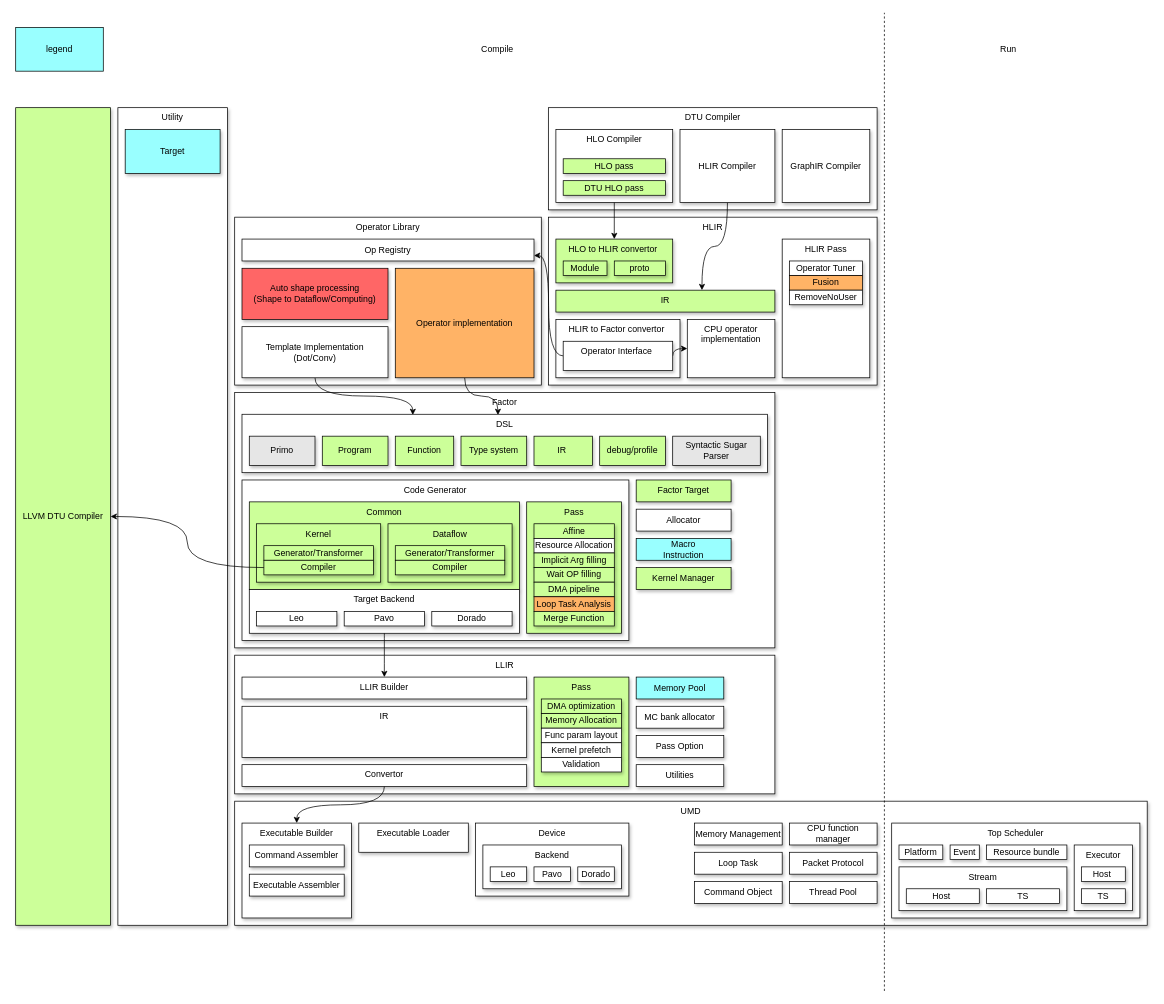
Earlier version of the draw.io diagram 组件及关系图.drawio (dingsg/drawio). Source tidied: cells renumbered, new cells numbered last; positions are measured from the earlier drawing's top-left corner, leaving out a move shared by most shapes. Both pictures are drawn from the tidied source at 73%, with x=0, y=0 at pixel (15, 12).
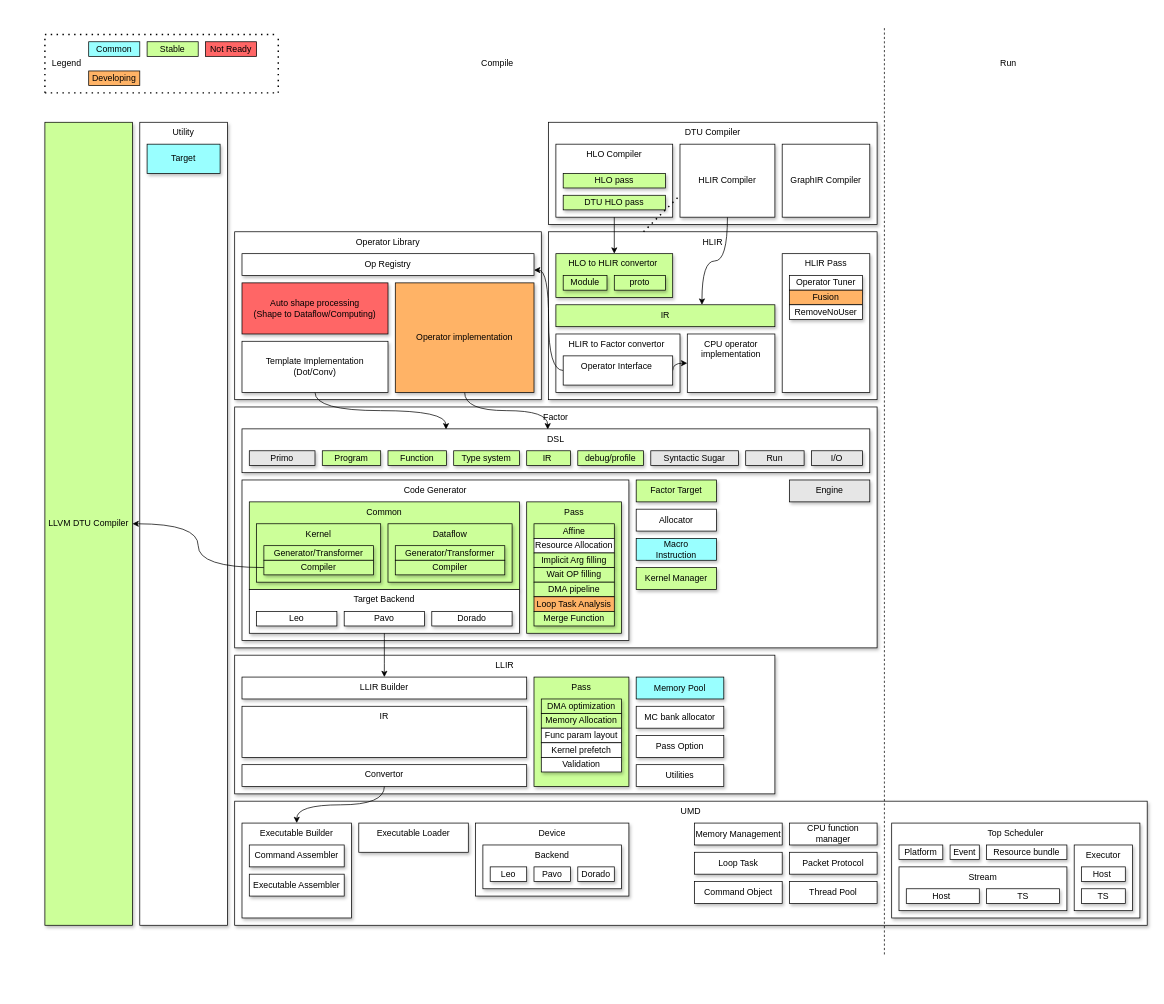
The same page after the edit.

Commit message:
Update 组件及关系图.drawio

Change to the diagram source:
```diff
@@
     <mxCell id="2" value="Operator Library" style="rounded=0;whiteSpace=wrap;html=1;verticalAlign=top;shadow=1;" parent="1" vertex="1">
-      <mxGeometry x="300" y="280" width="420" height="230" as="geometry" />
+      <mxGeometry x="300" y="300" width="420" height="230" as="geometry" />
     </mxCell>
     <mxCell id="3" value="Factor" style="rounded=0;whiteSpace=wrap;html=1;align=center;verticalAlign=top;shadow=1;" parent="1" vertex="1">
-      <mxGeometry x="300" y="520" width="740" height="350" as="geometry" />
+      <mxGeometry x="300" y="540" width="880" height="330" as="geometry" />
     </mxCell>
@@
     <mxCell id="6" value="HLIR" style="rounded=0;whiteSpace=wrap;html=1;align=center;verticalAlign=top;shadow=1;" parent="1" vertex="1">
-      <mxGeometry x="730" y="280" width="450" height="230" as="geometry" />
+      <mxGeometry x="730" y="300" width="450" height="230" as="geometry" />
     </mxCell>
     <mxCell id="7" value="DTU Compiler&lt;br&gt;" style="rounded=0;whiteSpace=wrap;html=1;align=center;verticalAlign=top;shadow=1;" parent="1" vertex="1">
-      <mxGeometry x="730" y="130" width="450" height="140" as="geometry" />
+      <mxGeometry x="730" y="150" width="450" height="140" as="geometry" />
     </mxCell>
     <mxCell id="8" value="HLO Compiler" style="rounded=0;whiteSpace=wrap;html=1;verticalAlign=top;shadow=1;" parent="1" vertex="1">
-      <mxGeometry x="740" y="160" width="160" height="100" as="geometry" />
+      <mxGeometry x="740" y="180" width="160" height="100" as="geometry" />
     </mxCell>
     <mxCell id="9" value="GraphIR Compiler" style="rounded=0;whiteSpace=wrap;html=1;shadow=1;" parent="1" vertex="1">
-      <mxGeometry x="1050" y="160" width="120" height="100" as="geometry" />
+      <mxGeometry x="1050" y="180" width="120" height="100" as="geometry" />
     </mxCell>
     <mxCell id="10" value="HLO to HLIR convertor&amp;nbsp;" style="rounded=0;whiteSpace=wrap;html=1;verticalAlign=top;shadow=1;fillColor=#CCFF99;" parent="1" vertex="1">
-      <mxGeometry x="740" y="310" width="160" height="60" as="geometry" />
+      <mxGeometry x="740" y="330" width="160" height="60" as="geometry" />
     </mxCell>
     <mxCell id="11" value="HLIR to Factor&amp;nbsp;convertor&amp;nbsp;" style="rounded=0;whiteSpace=wrap;html=1;verticalAlign=top;shadow=1;" parent="1" vertex="1">
-      <mxGeometry x="740" y="420" width="170" height="80" as="geometry" />
+      <mxGeometry x="740" y="440" width="170" height="80" as="geometry" />
     </mxCell>
     <mxCell id="12" value="HLO pass" style="rounded=0;whiteSpace=wrap;html=1;shadow=1;fillColor=#CCFF99;" parent="1" vertex="1">
-      <mxGeometry x="750" y="200" width="140" height="20" as="geometry" />
+      <mxGeometry x="750" y="220" width="140" height="20" as="geometry" />
     </mxCell>
@@
     <mxCell id="14" value="DTU HLO pass" style="rounded=0;whiteSpace=wrap;html=1;shadow=1;fillColor=#CCFF99;" parent="1" vertex="1">
-      <mxGeometry x="750" y="230" width="140" height="20" as="geometry" />
+      <mxGeometry x="750" y="250" width="140" height="20" as="geometry" />
     </mxCell>
     <mxCell id="15" value="Module" style="rounded=0;whiteSpace=wrap;html=1;align=center;shadow=1;fillColor=#CCFF99;" parent="1" vertex="1">
-      <mxGeometry x="750" y="340" width="60" height="20" as="geometry" />
+      <mxGeometry x="750" y="360" width="60" height="20" as="geometry" />
     </mxCell>
     <mxCell id="16" value="proto" style="rounded=0;whiteSpace=wrap;html=1;align=center;shadow=1;fillColor=#CCFF99;" parent="1" vertex="1">
-      <mxGeometry x="820" y="340" width="70" height="20" as="geometry" />
+      <mxGeometry x="820" y="360" width="70" height="20" as="geometry" />
     </mxCell>
     <mxCell id="17" value="HLIR Pass" style="rounded=0;whiteSpace=wrap;html=1;verticalAlign=top;shadow=1;" parent="1" vertex="1">
-      <mxGeometry x="1050" y="310" width="120" height="190" as="geometry" />
+      <mxGeometry x="1050" y="330" width="120" height="190" as="geometry" />
     </mxCell>
@@
     <mxCell id="19" style="edgeStyle=orthogonalEdgeStyle;curved=1;rounded=0;jettySize=auto;html=1;exitX=1;exitY=0.5;exitDx=0;exitDy=0;entryX=0;entryY=0.5;entryDx=0;entryDy=0;" parent="1" edge="1" source="20" target="28">
       <mxGeometry relative="1" as="geometry">
         <Array as="points">
-          <mxPoint x="900" y="460" />
+          <mxPoint x="900" y="480" />
         </Array>
       </mxGeometry>
     </mxCell>
     <mxCell id="20" value="Operator Interface&amp;nbsp;" style="rounded=0;whiteSpace=wrap;html=1;verticalAlign=top;shadow=1;" parent="1" vertex="1">
-      <mxGeometry x="750" y="450" width="150" height="40" as="geometry" />
+      <mxGeometry x="750" y="470" width="150" height="40" as="geometry" />
     </mxCell>
     <mxCell id="21" value="Auto shape processing&lt;br&gt;(Shape to Dataflow/Computing)" style="rounded=0;whiteSpace=wrap;html=1;align=center;shadow=1;fillColor=#FF6666;" parent="1" vertex="1">
-      <mxGeometry x="310" y="350" width="200" height="70" as="geometry" />
+      <mxGeometry x="310" y="370" width="200" height="70" as="geometry" />
     </mxCell>
     <mxCell id="22" value="Op Registry" style="rounded=0;whiteSpace=wrap;html=1;align=center;shadow=1;" parent="1" vertex="1">
-      <mxGeometry x="310" y="310" width="400" height="30" as="geometry" />
+      <mxGeometry x="310" y="330" width="400" height="30" as="geometry" />
     </mxCell>
@@
     <mxCell id="24" value="&lt;span&gt;Template Implementation&lt;br&gt;(Dot/Conv)&lt;br&gt;&lt;/span&gt;" style="rounded=0;whiteSpace=wrap;html=1;align=center;shadow=1;" parent="1" vertex="1">
-      <mxGeometry x="310" y="430" width="200" height="70" as="geometry" />
+      <mxGeometry x="310" y="450" width="200" height="70" as="geometry" />
     </mxCell>
     <mxCell id="25" value="Operator Tuner" style="rounded=0;whiteSpace=wrap;html=1;align=center;shadow=1;" parent="1" vertex="1">
-      <mxGeometry x="1060" y="340" width="100" height="20" as="geometry" />
+      <mxGeometry x="1060" y="360" width="100" height="20" as="geometry" />
     </mxCell>
@@
     <mxCell id="27" value="&lt;span&gt;Operator implementation&lt;br&gt;&lt;/span&gt;" style="rounded=0;whiteSpace=wrap;html=1;align=center;shadow=1;fillColor=#FFB366;" parent="1" vertex="1">
-      <mxGeometry x="520" y="350" width="190" height="150" as="geometry" />
+      <mxGeometry x="520" y="370" width="190" height="150" as="geometry" />
     </mxCell>
     <mxCell id="28" value="CPU operator implementation" style="rounded=0;whiteSpace=wrap;html=1;verticalAlign=top;shadow=1;" parent="1" vertex="1">
-      <mxGeometry x="920" y="420" width="120" height="80" as="geometry" />
+      <mxGeometry x="920" y="440" width="120" height="80" as="geometry" />
     </mxCell>
     <mxCell id="29" value="DSL" style="rounded=0;whiteSpace=wrap;html=1;align=center;verticalAlign=top;shadow=1;" parent="1" vertex="1">
-      <mxGeometry x="310" y="550" width="720" height="80" as="geometry" />
+      <mxGeometry x="310" y="570" width="860" height="60" as="geometry" />
     </mxCell>
     <mxCell id="30" value="Primo" style="rounded=0;whiteSpace=wrap;html=1;align=center;shadow=1;fillColor=#E6E6E6;" parent="1" vertex="1">
-      <mxGeometry x="320" y="580" width="90" height="40" as="geometry" />
+      <mxGeometry x="320" y="600" width="90" height="20" as="geometry" />
     </mxCell>
     <mxCell id="31" value="Program" style="rounded=0;whiteSpace=wrap;html=1;align=center;shadow=1;fillColor=#CCFF99;" parent="1" vertex="1">
-      <mxGeometry x="420" y="580" width="90" height="40" as="geometry" />
+      <mxGeometry x="420" y="600" width="80" height="20" as="geometry" />
     </mxCell>
     <mxCell id="32" value="Factor Target" style="rounded=0;whiteSpace=wrap;html=1;align=center;shadow=1;fillColor=#CCFF99;" parent="1" vertex="1">
-      <mxGeometry x="850" y="640" width="130" height="30" as="geometry" />
+      <mxGeometry x="850" y="640" width="110" height="30" as="geometry" />
     </mxCell>
     <mxCell id="33" value="Utility" style="rounded=0;whiteSpace=wrap;html=1;align=center;verticalAlign=top;shadow=1;" parent="1" vertex="1">
-      <mxGeometry x="140" y="130" width="150" height="1120" as="geometry" />
+      <mxGeometry x="170" y="150" width="120" height="1100" as="geometry" />
     </mxCell>
     <mxCell id="34" value="Target" style="rounded=0;whiteSpace=wrap;html=1;align=center;shadow=1;fillColor=#99FFFF;" parent="1" vertex="1">
-      <mxGeometry x="150" y="160" width="130" height="60" as="geometry" />
+      <mxGeometry x="180" y="180" width="100" height="40" as="geometry" />
     </mxCell>
     <mxCell id="35" value="Type system" style="rounded=0;whiteSpace=wrap;html=1;align=center;shadow=1;fillColor=#CCFF99;" parent="1" vertex="1">
-      <mxGeometry x="610" y="580" width="90" height="40" as="geometry" />
+      <mxGeometry x="600" y="600" width="90" height="20" as="geometry" />
     </mxCell>
     <mxCell id="36" value="IR" style="rounded=0;whiteSpace=wrap;html=1;verticalAlign=top;shadow=1;fillColor=#CCFF99;" parent="1" vertex="1">
-      <mxGeometry x="740" y="380" width="300" height="30" as="geometry" />
+      <mxGeometry x="740" y="400" width="300" height="30" as="geometry" />
     </mxCell>
     <mxCell id="37" value="Fusion" style="rounded=0;whiteSpace=wrap;html=1;align=center;shadow=1;fillColor=#FFB366;" parent="1" vertex="1">
-      <mxGeometry x="1060" y="360" width="100" height="20" as="geometry" />
+      <mxGeometry x="1060" y="380" width="100" height="20" as="geometry" />
     </mxCell>
     <mxCell id="38" value="IR&amp;nbsp;" style="rounded=0;whiteSpace=wrap;html=1;align=center;verticalAlign=middle;shadow=1;fillColor=#CCFF99;" parent="1" vertex="1">
-      <mxGeometry x="710" y="580" width="80" height="40" as="geometry" />
+      <mxGeometry x="700" y="600" width="60" height="20" as="geometry" />
     </mxCell>
     <mxCell id="39" value="Function" style="rounded=0;whiteSpace=wrap;html=1;align=center;shadow=1;fillColor=#CCFF99;" parent="1" vertex="1">
-      <mxGeometry x="520" y="580" width="80" height="40" as="geometry" />
+      <mxGeometry x="510" y="600" width="80" height="20" as="geometry" />
     </mxCell>
-    <mxCell id="40" value="&lt;div style=&quot;&quot;&gt;Syntactic Sugar Parser&lt;/div&gt;" style="rounded=0;whiteSpace=wrap;html=1;align=center;verticalAlign=middle;shadow=1;fillColor=#E6E6E6;" parent="1" vertex="1">
-      <mxGeometry x="900" y="580" width="120" height="40" as="geometry" />
+    <mxCell id="40" value="&lt;div&gt;Syntactic Sugar&lt;/div&gt;" style="rounded=0;whiteSpace=wrap;html=1;align=center;verticalAlign=middle;shadow=1;fillColor=#E6E6E6;" parent="1" vertex="1">
+      <mxGeometry x="870" y="600" width="120" height="20" as="geometry" />
     </mxCell>
@@
     <mxCell id="48" value="Allocator" style="rounded=0;whiteSpace=wrap;html=1;align=center;shadow=1;" parent="1" vertex="1">
-      <mxGeometry x="850" y="680" width="130" height="30" as="geometry" />
+      <mxGeometry x="850" y="680" width="110" height="30" as="geometry" />
     </mxCell>
@@
     <mxCell id="54" value="Macro&lt;br&gt;Instruction" style="rounded=0;whiteSpace=wrap;html=1;align=center;shadow=1;fillColor=#99FFFF;" parent="1" vertex="1">
-      <mxGeometry x="850" y="720" width="130" height="30" as="geometry" />
+      <mxGeometry x="850" y="720" width="110" height="30" as="geometry" />
     </mxCell>
@@
     <mxCell id="57" value="RemoveNoUser" style="rounded=0;whiteSpace=wrap;html=1;align=center;shadow=1;" parent="1" vertex="1">
-      <mxGeometry x="1060" y="380" width="100" height="20" as="geometry" />
+      <mxGeometry x="1060" y="400" width="100" height="20" as="geometry" />
     </mxCell>
@@
     <mxCell id="78" style="endArrow=none;dashed=1;html=1;" parent="1" edge="1">
       <mxGeometry relative="1" as="geometry">
-        <mxPoint x="1190" y="1340" as="sourcePoint" />
-        <mxPoint x="1190" as="targetPoint" />
+        <mxPoint x="1190" y="1290" as="sourcePoint" />
+        <mxPoint x="1190" y="20" as="targetPoint" />
       </mxGeometry>
     </mxCell>
@@
     <mxCell id="87" value="LLVM DTU Compiler" style="rounded=0;whiteSpace=wrap;html=1;align=center;shadow=1;fillColor=#CCFF99;" parent="1" vertex="1">
-      <mxGeometry y="130" width="130" height="1120" as="geometry" />
+      <mxGeometry x="40" y="150" width="120" height="1100" as="geometry" />
     </mxCell>
     <mxCell id="88" value="Kernel Manager" style="rounded=0;whiteSpace=wrap;html=1;align=center;shadow=1;fillColor=#CCFF99;" parent="1" vertex="1">
-      <mxGeometry x="850" y="760" width="130" height="30" as="geometry" />
+      <mxGeometry x="850" y="760" width="110" height="30" as="geometry" />
     </mxCell>
@@
     <mxCell id="105" value="Compile" style="text;html=1;strokeColor=none;fillColor=none;align=center;verticalAlign=middle;whiteSpace=wrap;rounded=0;" parent="1" vertex="1">
-      <mxGeometry x="640" y="40" width="40" height="20" as="geometry" />
+      <mxGeometry x="640" y="60" width="40" height="20" as="geometry" />
     </mxCell>
     <mxCell id="106" value="Run" style="text;html=1;strokeColor=none;fillColor=none;align=center;verticalAlign=middle;whiteSpace=wrap;rounded=0;" parent="1" vertex="1">
-      <mxGeometry x="1340" y="40" width="40" height="20" as="geometry" />
+      <mxGeometry x="1340" y="60" width="40" height="20" as="geometry" />
     </mxCell>
@@
     <mxCell id="108" value="HLIR Compiler" style="rounded=0;whiteSpace=wrap;html=1;verticalAlign=middle;shadow=1;" parent="1" vertex="1">
-      <mxGeometry x="910" y="160" width="130" height="100" as="geometry" />
+      <mxGeometry x="910" y="180" width="130" height="100" as="geometry" />
     </mxCell>
@@
-    <mxCell id="110" value="legend" style="rounded=0;whiteSpace=wrap;html=1;fillColor=#99FFFF;" parent="1" vertex="1">
-      <mxGeometry y="20" width="120" height="60" as="geometry" />
+    <mxCell id="110" value="Common" style="rounded=0;whiteSpace=wrap;html=1;fillColor=#99FFFF;" parent="1" vertex="1">
+      <mxGeometry x="100" y="39.7" width="70" height="20" as="geometry" />
     </mxCell>
     <mxCell id="111" value="debug/profile" style="rounded=0;whiteSpace=wrap;html=1;align=center;verticalAlign=middle;shadow=1;fillColor=#CCFF99;" parent="1" vertex="1">
-      <mxGeometry x="800" y="580" width="90" height="40" as="geometry" />
+      <mxGeometry x="770" y="600" width="90" height="20" as="geometry" />
     </mxCell>
@@
+    <mxCell id="114" value="Legend" style="text;html=1;strokeColor=none;fillColor=none;align=center;verticalAlign=middle;whiteSpace=wrap;rounded=0;" parent="1" vertex="1">
+      <mxGeometry x="50" y="59.7" width="40" height="20" as="geometry" />
+    </mxCell>
+    <mxCell id="115" style="endArrow=none;dashed=1;html=1;dashPattern=1 3;strokeWidth=2;" parent="1" edge="1">
+      <mxGeometry relative="1" as="geometry">
+        <mxPoint x="860" y="300" as="sourcePoint" />
+        <mxPoint x="910" y="250" as="targetPoint" />
+      </mxGeometry>
+    </mxCell>
+    <mxCell id="116" style="endArrow=none;dashed=1;html=1;dashPattern=1 3;strokeWidth=2;" parent="1" edge="1">
+      <mxGeometry relative="1" as="geometry">
+        <mxPoint x="40" y="109.7" as="sourcePoint" />
+        <mxPoint x="360" y="109.7" as="targetPoint" />
+      </mxGeometry>
+    </mxCell>
+    <mxCell id="117" style="endArrow=none;dashed=1;html=1;dashPattern=1 3;strokeWidth=2;" parent="1" edge="1">
+      <mxGeometry relative="1" as="geometry">
+        <mxPoint x="40" y="29.7" as="sourcePoint" />
+        <mxPoint x="360" y="29.7" as="targetPoint" />
+      </mxGeometry>
+    </mxCell>
+    <mxCell id="118" style="endArrow=none;dashed=1;html=1;dashPattern=1 3;strokeWidth=2;" parent="1" edge="1">
+      <mxGeometry relative="1" as="geometry">
+        <mxPoint x="40" y="109.7" as="sourcePoint" />
+        <mxPoint x="40" y="29.7" as="targetPoint" />
+      </mxGeometry>
+    </mxCell>
+    <mxCell id="119" style="endArrow=none;dashed=1;html=1;dashPattern=1 3;strokeWidth=2;" parent="1" edge="1">
+      <mxGeometry relative="1" as="geometry">
+        <mxPoint x="359.7" y="109.7" as="sourcePoint" />
+        <mxPoint x="359.7" y="29.7" as="targetPoint" />
+      </mxGeometry>
+    </mxCell>
+    <mxCell id="120" value="Stable" style="rounded=0;whiteSpace=wrap;html=1;fillColor=#CCFF99;" parent="1" vertex="1">
+      <mxGeometry x="180" y="39.7" width="70" height="20" as="geometry" />
+    </mxCell>
+    <mxCell id="121" value="Not Ready" style="rounded=0;whiteSpace=wrap;html=1;fillColor=#FF6666;" parent="1" vertex="1">
+      <mxGeometry x="260" y="39.7" width="70" height="20" as="geometry" />
+    </mxCell>
+    <mxCell id="122" value="Developing" style="rounded=0;whiteSpace=wrap;html=1;fillColor=#FFB366;" parent="1" vertex="1">
+      <mxGeometry x="100" y="79.7" width="70" height="20" as="geometry" />
+    </mxCell>
+    <mxCell id="123" value="&lt;div&gt;Run&lt;/div&gt;" style="rounded=0;whiteSpace=wrap;html=1;align=center;verticalAlign=middle;shadow=1;fillColor=#E6E6E6;" parent="1" vertex="1">
+      <mxGeometry x="1000" y="600" width="80" height="20" as="geometry" />
+    </mxCell>
+    <mxCell id="124" value="I/O" style="rounded=0;whiteSpace=wrap;html=1;align=center;verticalAlign=middle;shadow=1;fillColor=#E6E6E6;" parent="1" vertex="1">
+      <mxGeometry x="1090" y="600" width="70" height="20" as="geometry" />
+    </mxCell>
+    <mxCell id="125" value="Engine" style="rounded=0;whiteSpace=wrap;html=1;align=center;shadow=1;fillColor=#E6E6E6;" parent="1" vertex="1">
+      <mxGeometry x="1060" y="640" width="110" height="30" as="geometry" />
+    </mxCell>
```
